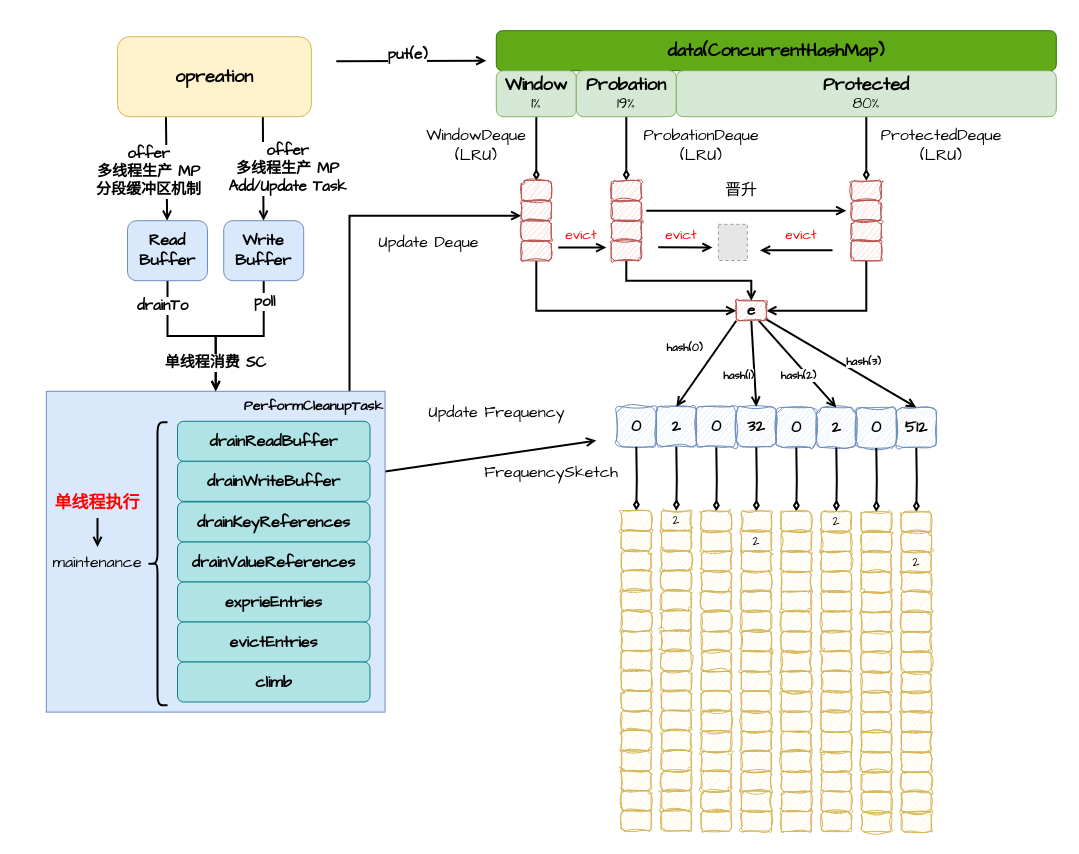
FangYuan33/how-much-do-you-know-about-cache keeps this draw.io diagram as page "第 4 页" (4 of 5) of src/main/resources/coffeine/caffeine.drawio. Above is the earlier version. Source tidied: cells renumbered, new cells numbered last; positions are measured from the earlier drawing's top-left corner, leaving out a move shared by most shapes. Both pictures are drawn from the tidied source at 100%, with x=0, y=0 at pixel (17, 17). Pictures stored in the file or linked from it are replaced by grey dashed boxes.
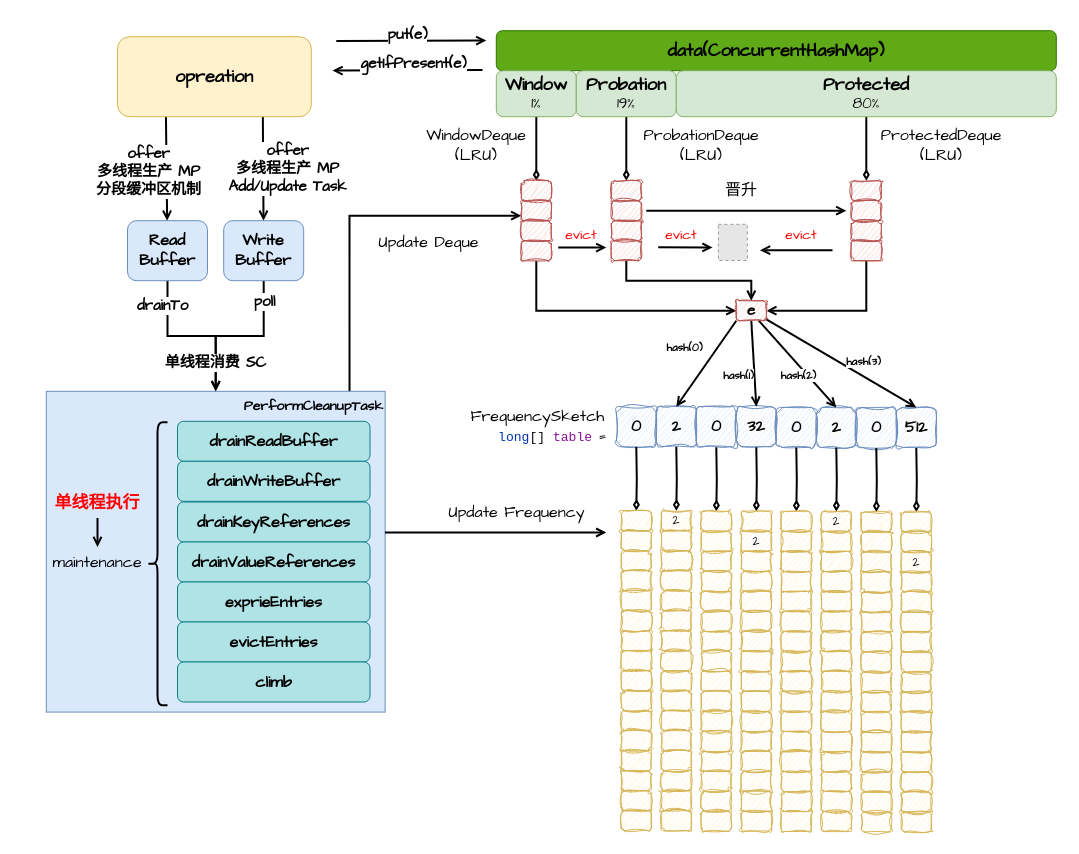
The same page after the edit.

The change refers to these unchanged cells:
```xml
<mxCell id="6" value="&lt;font style=&quot;font-size: 14px;&quot; face=&quot;Comic Sans MS&quot;&gt;&lt;b&gt;PerformCleanupTask&lt;/b&gt;&lt;/font&gt;" style="rounded=0;whiteSpace=wrap;html=1;fontFamily=Helvetica;fontSize=11;labelBackgroundColor=none;fillColor=#dae8fc;strokeColor=#6c8ebf;align=right;verticalAlign=top;horizontal=1;" parent="1" vertex="1">
  <mxGeometry x="28.8" y="373.8" width="338.8" height="320.8" as="geometry" />
</mxCell>
```

Diff of the diagram source:
```diff
@@
-    <mxCell id="5" style="edgeStyle=none;shape=connector;rounded=0;jettySize=auto;html=1;exitX=1;exitY=0.25;exitDx=0;exitDy=0;strokeColor=default;strokeWidth=2;align=center;verticalAlign=middle;fontFamily=Helvetica;fontSize=11;fontColor=default;labelBackgroundColor=default;endArrow=open;endFill=0;" parent="1" edge="1" source="6">
-      <mxGeometry relative="1" as="geometry">
-        <mxPoint x="578.8" y="423.1" as="targetPoint" />
-      </mxGeometry>
-    </mxCell>
@@
-    <mxCell id="33" value="&lt;font face=&quot;Comic Sans MS&quot; style=&quot;font-size: 16px;&quot;&gt;FrequencySketch&lt;/font&gt;" style="text;html=1;strokeColor=none;fillColor=none;align=center;verticalAlign=middle;whiteSpace=wrap;rounded=0;" parent="1" vertex="1">
-      <mxGeometry x="463.8" y="440" width="140" height="30" as="geometry" />
-    </mxCell>
@@
     <mxCell id="187" style="edgeStyle=none;shape=connector;rounded=0;orthogonalLoop=1;jettySize=auto;html=1;strokeColor=default;strokeWidth=2;align=center;verticalAlign=middle;fontFamily=Helvetica;fontSize=11;fontColor=default;labelBackgroundColor=default;endArrow=open;endFill=0;" parent="1" edge="1">
       <mxGeometry relative="1" as="geometry">
-        <mxPoint x="318.8" y="43.7" as="sourcePoint" />
-        <mxPoint x="468.8" y="43.2" as="targetPoint" />
+        <mxPoint x="318.8" y="23.4" as="sourcePoint" />
+        <mxPoint x="468.8" y="23" as="targetPoint" />
       </mxGeometry>
     </mxCell>
@@
-    <mxCell id="205" value="&lt;font style=&quot;font-size: 16px;&quot; face=&quot;Comic Sans MS&quot;&gt;Update Frequency&lt;/font&gt;" style="edgeLabel;html=1;align=center;verticalAlign=middle;fontFamily=Helvetica;fontSize=11;fontColor=default;labelBackgroundColor=default;" parent="1" vertex="1">
-      <mxGeometry x="478.8" y="394.2" as="geometry" />
-    </mxCell>
@@
+    <mxCell id="221" style="edgeStyle=none;shape=connector;rounded=0;orthogonalLoop=1;jettySize=auto;html=1;strokeColor=default;strokeWidth=2;align=center;verticalAlign=middle;fontFamily=Helvetica;fontSize=11;fontColor=default;labelBackgroundColor=default;endArrow=none;endFill=0;startArrow=open;startFill=0;" parent="1" edge="1">
+      <mxGeometry relative="1" as="geometry">
+        <mxPoint x="315" y="53.1" as="sourcePoint" />
+        <mxPoint x="465" y="52.6" as="targetPoint" />
+      </mxGeometry>
+    </mxCell>
+    <mxCell id="222" value="&lt;font style=&quot;font-size: 15px;&quot; face=&quot;Comic Sans MS&quot;&gt;&lt;b&gt;getIfPresent(e)&lt;/b&gt;&lt;/font&gt;" style="edgeLabel;html=1;align=center;verticalAlign=middle;fontFamily=Helvetica;fontSize=11;fontColor=default;labelBackgroundColor=default;" parent="221" vertex="1">
+      <mxGeometry x="-0.06" relative="1" as="geometry">
+        <mxPoint x="10" y="-7" as="offset" />
+      </mxGeometry>
+    </mxCell>
+    <mxCell id="223" style="edgeStyle=none;shape=connector;rounded=0;orthogonalLoop=1;jettySize=auto;html=1;exitX=1;exitY=0.25;exitDx=0;exitDy=0;strokeColor=default;strokeWidth=2;align=center;verticalAlign=middle;fontFamily=Helvetica;fontSize=11;fontColor=default;labelBackgroundColor=default;endArrow=open;endFill=0;" parent="1" edge="1">
+      <mxGeometry relative="1" as="geometry">
+        <mxPoint x="367.5" y="514.9" as="sourcePoint" />
+        <mxPoint x="588.8" y="515" as="targetPoint" />
+      </mxGeometry>
+    </mxCell>
+    <mxCell id="224" value="&lt;font face=&quot;Comic Sans MS&quot; style=&quot;font-size: 16px;&quot;&gt;FrequencySketch&amp;nbsp;&lt;/font&gt;&lt;div&gt;&lt;span style=&quot;font-family: &amp;quot;JetBrains Mono&amp;quot;, monospace; font-size: 9.8pt; background-color: rgb(255, 255, 255); color: rgb(0, 51, 179);&quot;&gt;&amp;nbsp; &amp;nbsp;long&lt;/span&gt;&lt;span style=&quot;font-family: &amp;quot;JetBrains Mono&amp;quot;, monospace; font-size: 9.8pt; background-color: rgb(255, 255, 255); color: rgb(8, 8, 8);&quot;&gt;[] &lt;/span&gt;&lt;span style=&quot;font-family: &amp;quot;JetBrains Mono&amp;quot;, monospace; font-size: 9.8pt; background-color: rgb(255, 255, 255); color: rgb(135, 16, 148);&quot;&gt;table&lt;/span&gt;&lt;span style=&quot;background-color: rgb(255, 255, 255); font-size: 16px;&quot;&gt;&lt;font style=&quot;&quot; face=&quot;Comic Sans MS&quot;&gt;&lt;font color=&quot;#871094&quot;&gt;&amp;nbsp;&lt;/font&gt;=&lt;/font&gt;&lt;/span&gt;&lt;/div&gt;" style="text;html=1;strokeColor=none;fillColor=none;align=center;verticalAlign=middle;whiteSpace=wrap;rounded=0;" parent="1" vertex="1">
+      <mxGeometry x="422.5" y="389.2" width="201.2" height="38.8" as="geometry" />
+    </mxCell>
+    <mxCell id="205" value="&lt;font style=&quot;font-size: 16px;&quot; face=&quot;Comic Sans MS&quot;&gt;Update Frequency&lt;/font&gt;" style="edgeLabel;html=1;align=center;verticalAlign=middle;fontFamily=Helvetica;fontSize=11;fontColor=default;labelBackgroundColor=default;" parent="1" vertex="1">
+      <mxGeometry x="498.1" y="494" as="geometry" />
+    </mxCell>
```
